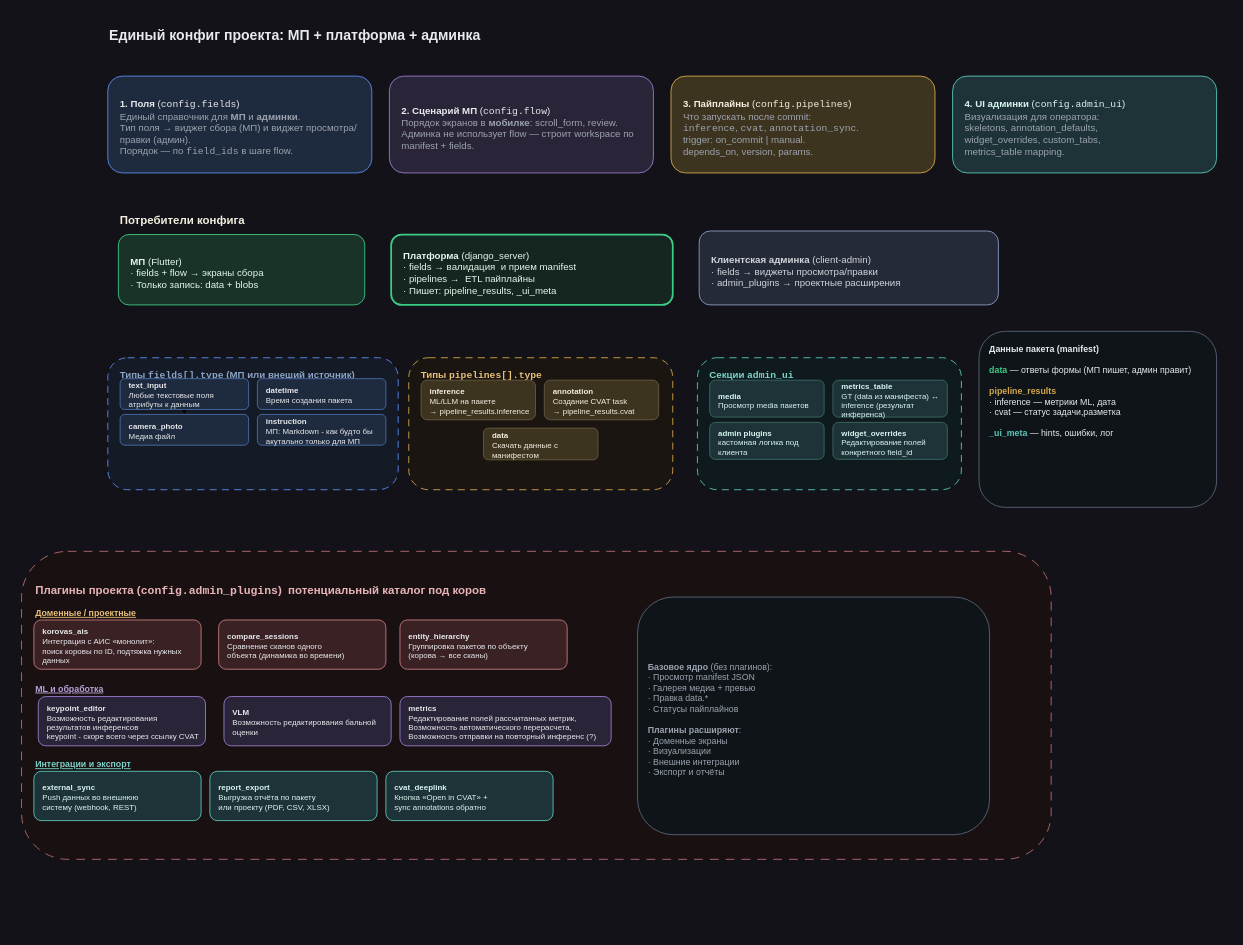
Before: page "Единый конфиг — сущности (Путь C)" (1 of 2) of specs/main-scheme/07-unified-config-entities.drawio in epoch8/data-collector, a draw.io diagram. Source tidied: cells renumbered, new cells numbered last; positions are measured from the earlier drawing's top-left corner, leaving out a move shared by most shapes. Both pictures are drawn from the tidied source at 88%, with x=0, y=0 at pixel (21, 21).
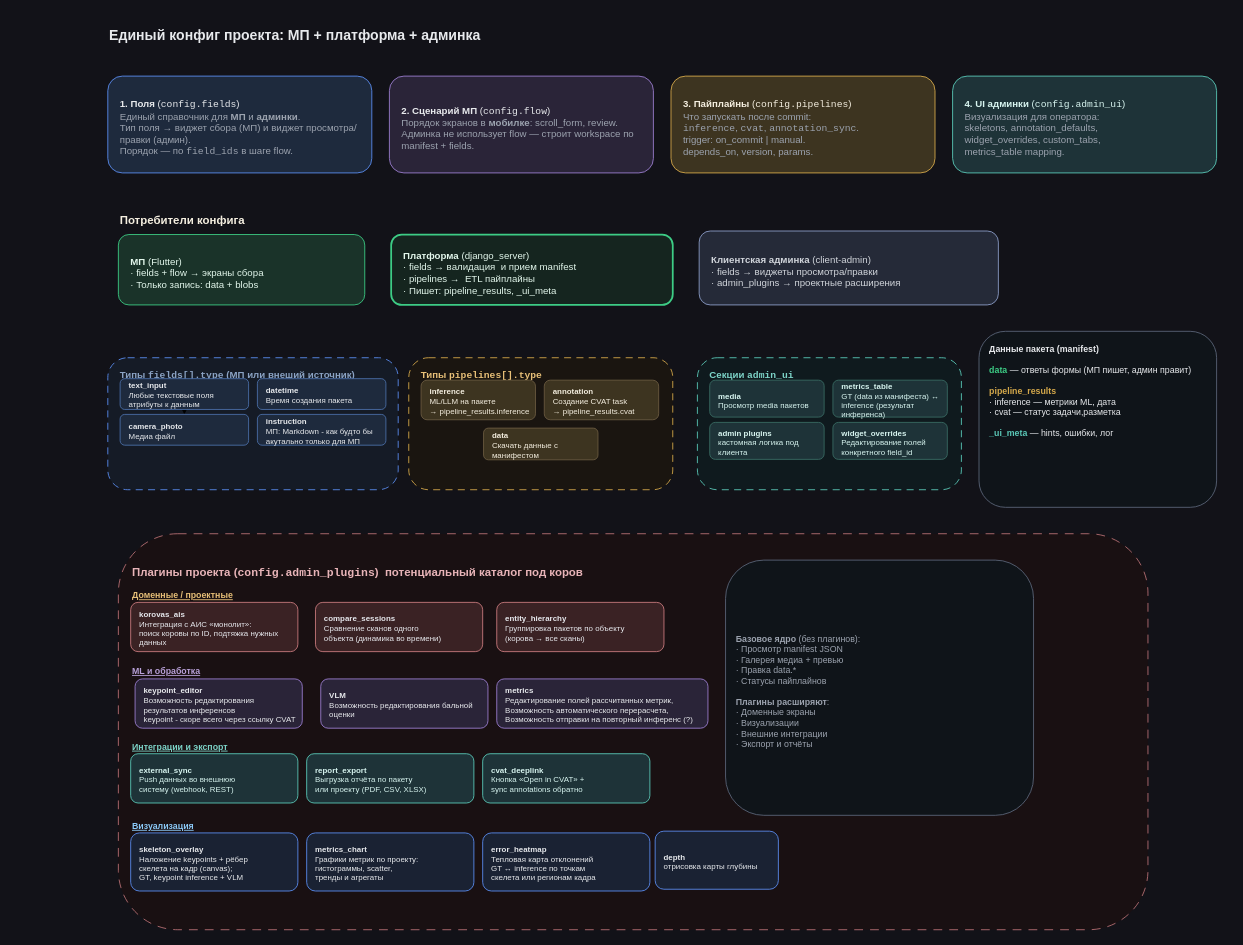
Above is the later version.

What changed in the source:
```diff
@@
     <mxCell id="38" style="group;" parent="1" vertex="1">
-      <mxGeometry y="602" width="1260" height="350" as="geometry" />
+      <mxGeometry x="110" y="582" width="1260" height="450" as="geometry" />
     </mxCell>
     <mxCell id="39" style="rounded=1;whiteSpace=wrap;html=1;dashed=1;dashPattern=10 8;strokeColor=#c97a7e;fillColor=#1a1012;fontSize=10;strokeWidth=1;opacity=90;" parent="38" vertex="1">
-      <mxGeometry width="1170" height="350" as="geometry" />
+      <mxGeometry width="1170" height="450" as="geometry" />
     </mxCell>
@@
     <mxCell id="53" value="&lt;b&gt;Базовое ядро&lt;/b&gt; (без плагинов):&lt;br&gt;· Просмотр manifest JSON&lt;br&gt;· Галерея медиа + превью&lt;br&gt;· Правка data.*&lt;br&gt;· Статусы пайплайнов&lt;br&gt;&lt;br&gt;&lt;b&gt;Плагины расширяют&lt;/b&gt;:&lt;br&gt;· Доменные экраны&lt;br&gt;· Визуализации&lt;br&gt;· Внешние интеграции&lt;br&gt;· Экспорт и отчёты" style="rounded=1;whiteSpace=wrap;html=1;align=left;spacingLeft=10;spacingTop=8;fillColor=#0f1419;strokeColor=#5a6578;fontColor=#9CA3AF;fontSize=10;" parent="38" vertex="1">
-      <mxGeometry x="700" y="52" width="400" height="270" as="geometry" />
+      <mxGeometry x="690" y="30" width="350" height="290" as="geometry" />
     </mxCell>
+    <mxCell id="54" value="Визуализация" style="text;html=1;strokeColor=none;fillColor=none;align=left;fontSize=10;fontStyle=5;fontColor=#8BC9F7;" parent="38" vertex="1">
+      <mxGeometry x="14" y="320" width="200" height="18" as="geometry" />
+    </mxCell>
+    <mxCell id="55" value="&lt;b&gt;skeleton_overlay&lt;/b&gt;&lt;br&gt;Наложение keypoints + рёбер&lt;br&gt;скелета на кадр (canvas);&lt;br&gt;GT, keypoint inference + VLM&amp;nbsp;" style="rounded=1;whiteSpace=wrap;html=1;align=left;spacingLeft=8;spacingTop=4;fillColor=#1a2233;strokeColor=#5B8DEF;fontColor=#E8EAED;fontSize=9;" parent="38" vertex="1">
+      <mxGeometry x="14" y="340" width="190" height="66" as="geometry" />
+    </mxCell>
+    <mxCell id="56" value="&lt;b&gt;metrics_chart&lt;/b&gt;&lt;br&gt;Графики метрик по проекту:&lt;br&gt;гистограммы, scatter,&lt;br&gt;тренды и агрегаты" style="rounded=1;whiteSpace=wrap;html=1;align=left;spacingLeft=8;spacingTop=4;fillColor=#1a2233;strokeColor=#5B8DEF;fontColor=#E8EAED;fontSize=9;" parent="38" vertex="1">
+      <mxGeometry x="214" y="340" width="190" height="66" as="geometry" />
+    </mxCell>
+    <mxCell id="57" value="&lt;b&gt;error_heatmap&lt;/b&gt;&lt;br&gt;Тепловая карта отклонений&lt;br&gt;GT ↔ inference по точкам&lt;br&gt;скелета или регионам кадра" style="rounded=1;whiteSpace=wrap;html=1;align=left;spacingLeft=8;spacingTop=4;fillColor=#1a2233;strokeColor=#5B8DEF;fontColor=#E8EAED;fontSize=9;" parent="38" vertex="1">
+      <mxGeometry x="414" y="340" width="190" height="66" as="geometry" />
+    </mxCell>
+    <mxCell id="58" value="&lt;b&gt;depth&amp;nbsp;&lt;/b&gt;&lt;br&gt;отрисовка карты глубины" style="rounded=1;whiteSpace=wrap;html=1;align=left;spacingLeft=8;spacingTop=4;fillColor=#1a2233;strokeColor=#5B8DEF;fontColor=#E8EAED;fontSize=9;" parent="38" vertex="1">
+      <mxGeometry x="610" y="338" width="140" height="66" as="geometry" />
+    </mxCell>
```
